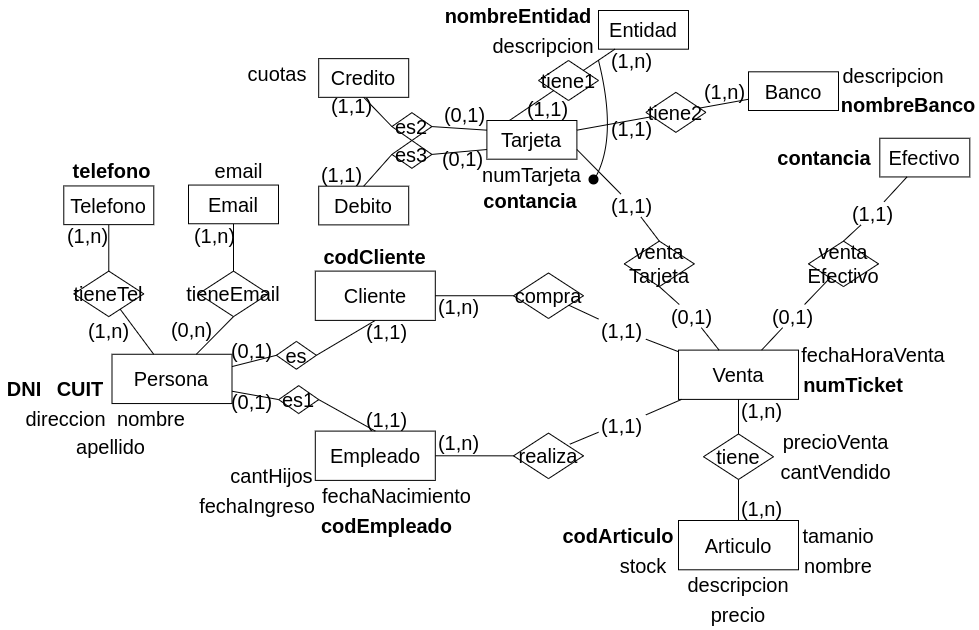
This is Practica/Practica2/Parte1/drawios-png/ejercicio06P2_Logico.drawio.png from c97Ernesto/DisenioBasesDatos, a draw.io export, as it was before one commit. Source tidied: cells renumbered, new cells last; positions are measured from the earlier drawing's top-left corner, leaving out a move shared by most shapes.
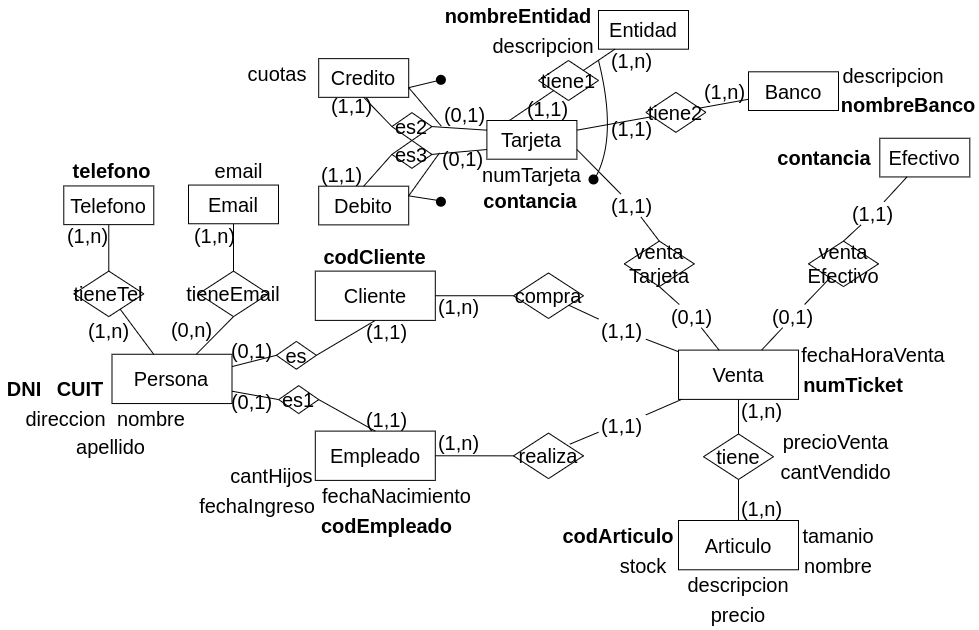
After the commit.

Change to the diagram source:
```diff
@@ -358,5 +358,27 @@
     <mxCell id="117" value="(1,1)" style="text;html=1;strokeColor=none;fillColor=none;align=center;verticalAlign=middle;whiteSpace=wrap;rounded=0;fontSize=20;rotation=0;" parent="1" vertex="1">
       <mxGeometry x="850.3" y="201.2" width="47.4" height="23.2" as="geometry" />
     </mxCell>
+    <mxCell id="118" style="endArrow=none;html=1;rounded=0;entryX=1;entryY=0.75;entryDx=0;entryDy=0;exitX=0;exitY=1;exitDx=0;exitDy=0;" parent="1" edge="1" source="102" target="44">
+      <mxGeometry relative="1" as="geometry" />
+    </mxCell>
+    <mxCell id="119" style="endArrow=none;html=1;rounded=0;entryX=1;entryY=0.75;entryDx=0;entryDy=0;" parent="1" edge="1" target="44">
+      <mxGeometry relative="1" as="geometry">
+        <mxPoint x="439" y="80" as="sourcePoint" />
+      </mxGeometry>
+    </mxCell>
+    <mxCell id="120" style="shape=waypoint;sketch=0;size=6;fillColor=none;perimeter=centerPerimeter;strokeWidth=3;" parent="1" vertex="1">
+      <mxGeometry x="431.4" y="69.3" width="20" height="20" as="geometry" />
+    </mxCell>
+    <mxCell id="121" style="endArrow=none;html=1;rounded=0;entryX=1;entryY=0.25;entryDx=0;entryDy=0;exitX=0;exitY=0.25;exitDx=0;exitDy=0;" parent="1" edge="1" source="103" target="45">
+      <mxGeometry relative="1" as="geometry" />
+    </mxCell>
+    <mxCell id="122" style="endArrow=none;html=1;rounded=0;exitX=1;exitY=0.25;exitDx=0;exitDy=0;" parent="1" edge="1" source="45">
+      <mxGeometry relative="1" as="geometry">
+        <mxPoint x="439" y="200" as="targetPoint" />
+      </mxGeometry>
+    </mxCell>
+    <mxCell id="123" style="shape=waypoint;sketch=0;size=6;fillColor=none;perimeter=centerPerimeter;strokeWidth=3;" parent="1" vertex="1">
+      <mxGeometry x="431.4" y="191.2" width="20" height="20" as="geometry" />
+    </mxCell>
   </root>
 </mxGraphModel>
```
